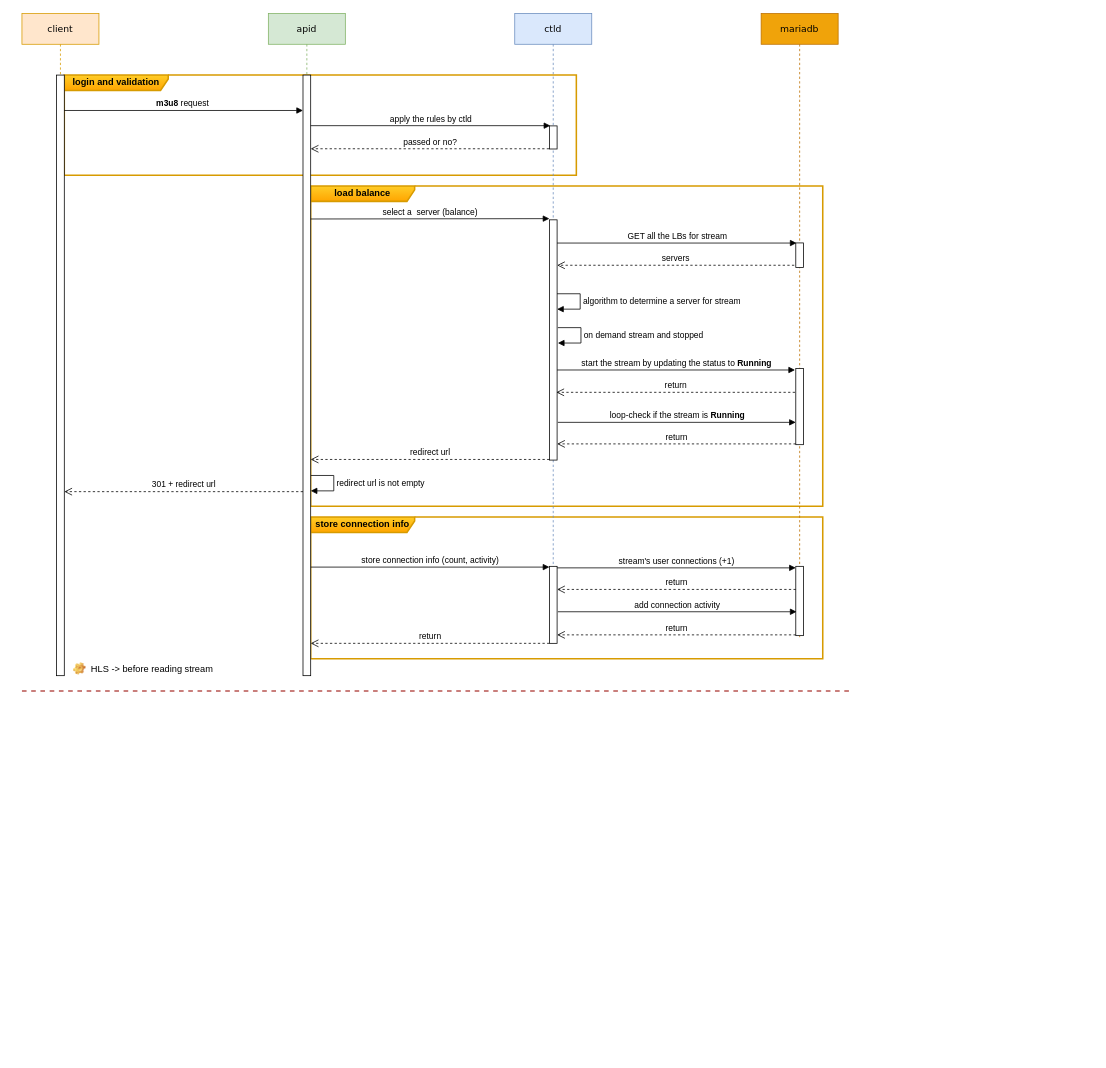
Earlier version of the draw.io diagram media-core/apid.drawio (explorer2036/charts). Source tidied: cells renumbered, new cells numbered last; positions are measured from the earlier drawing's top-left corner, leaving out a move shared by most shapes. Both pictures are drawn from the tidied source at 77%, with x=0, y=0 at pixel (22, 13).
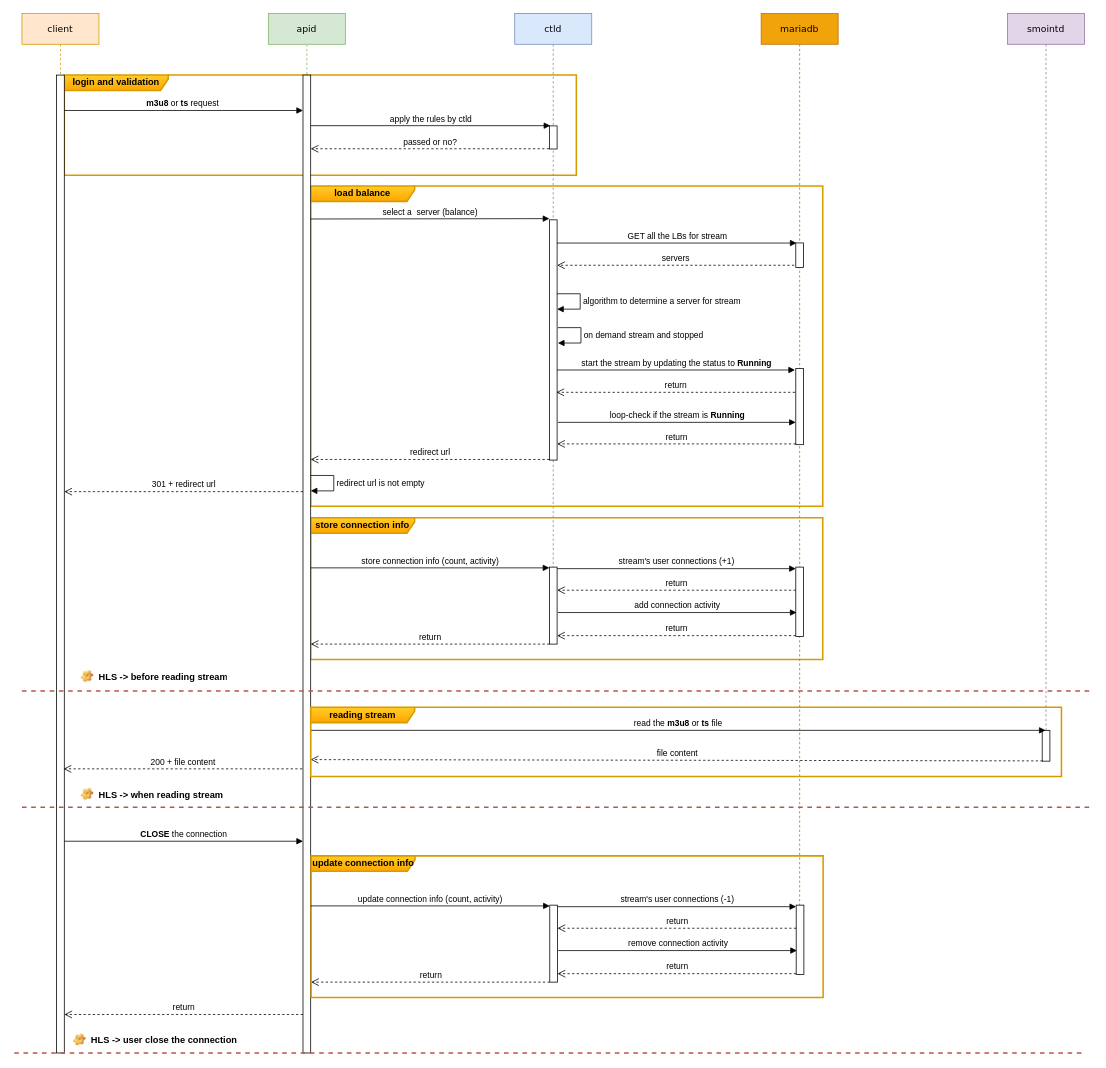
The same page after the edit.

The change refers to these unchanged cells:
```xml
<mxCell id="10" value="ctld" style="shape=umlLifeline;perimeter=lifelinePerimeter;whiteSpace=wrap;html=1;rounded=0;shadow=0;comic=0;labelBackgroundColor=none;strokeWidth=1;fontFamily=Verdana;fontSize=12;align=center;fillColor=#dae8fc;strokeColor=#6c8ebf;" parent="1" vertex="1">
  <mxGeometry x="640" width="100" height="820" as="geometry" />
</mxCell>
```

Change to the diagram source:
```diff
@@
     <mxCell id="3" value="store connection info" style="shape=umlFrame;whiteSpace=wrap;html=1;width=135;height=20;strokeWidth=2;fillColor=#ffcd28;strokeColor=#d79b00;perimeterSpacing=1;gradientColor=#ffa500;fontStyle=1;" parent="1" vertex="1">
-      <mxGeometry x="375" y="654" width="665" height="184" as="geometry" />
+      <mxGeometry x="375" y="655" width="665" height="184" as="geometry" />
     </mxCell>
     <mxCell id="4" value="store connection info (count, activity)" style="html=1;verticalAlign=bottom;endArrow=block;rounded=0;strokeWidth=1;" parent="1" edge="1">
       <mxGeometry relative="1" as="geometry">
-        <mxPoint x="374.5" y="719" as="sourcePoint" />
-        <mxPoint x="685" y="719" as="targetPoint" />
+        <mxPoint x="374.5" y="720" as="sourcePoint" />
+        <mxPoint x="685" y="720" as="targetPoint" />
       </mxGeometry>
     </mxCell>
@@
     <mxCell id="6" value="apid" style="shape=umlLifeline;perimeter=lifelinePerimeter;whiteSpace=wrap;html=1;rounded=0;shadow=0;comic=0;labelBackgroundColor=none;strokeWidth=1;fontFamily=Verdana;fontSize=12;align=center;fillColor=#d5e8d4;strokeColor=#82b366;" parent="1" vertex="1">
-      <mxGeometry x="320" width="100" height="860" as="geometry" />
+      <mxGeometry x="320" width="100" height="1350" as="geometry" />
     </mxCell>
@@
     <mxCell id="8" style="html=1;perimeter=orthogonalPerimeter;rounded=0;shadow=0;glass=0;sketch=0;" parent="6" vertex="1">
-      <mxGeometry x="45" y="80" width="10" height="780" as="geometry" />
+      <mxGeometry x="45" y="80" width="10" height="1270" as="geometry" />
     </mxCell>
     <mxCell id="9" value="return" style="html=1;verticalAlign=bottom;endArrow=open;dashed=1;endSize=8;rounded=0;" parent="6" edge="1">
       <mxGeometry relative="1" as="geometry">
-        <mxPoint x="365" y="818" as="sourcePoint" />
-        <mxPoint x="55" y="818" as="targetPoint" />
+        <mxPoint x="365" y="819" as="sourcePoint" />
+        <mxPoint x="55" y="819" as="targetPoint" />
       </mxGeometry>
     </mxCell>
@@
     <mxCell id="13" style="html=1;perimeter=orthogonalPerimeter;rounded=0;shadow=0;glass=0;sketch=0;strokeColor=default;" parent="10" vertex="1">
-      <mxGeometry x="45" y="718" width="10" height="100" as="geometry" />
+      <mxGeometry x="45" y="719" width="10" height="100" as="geometry" />
     </mxCell>
@@
     <mxCell id="15" value="client" style="shape=umlLifeline;perimeter=lifelinePerimeter;whiteSpace=wrap;html=1;rounded=0;shadow=0;comic=0;labelBackgroundColor=none;strokeWidth=1;fontFamily=Verdana;fontSize=12;align=center;fillColor=#ffe6cc;strokeColor=#d79b00;" parent="1" vertex="1">
-      <mxGeometry width="100" height="860" as="geometry" />
+      <mxGeometry width="100" height="1350" as="geometry" />
     </mxCell>
     <mxCell id="16" style="html=1;points=[];perimeter=orthogonalPerimeter;rounded=0;shadow=0;glass=0;sketch=0;strokeColor=default;" parent="15" vertex="1">
-      <mxGeometry x="45" y="80" width="10" height="780" as="geometry" />
+      <mxGeometry x="45" y="80" width="10" height="1270" as="geometry" />
     </mxCell>
     <mxCell id="17" value="mariadb" style="shape=umlLifeline;perimeter=lifelinePerimeter;whiteSpace=wrap;html=1;rounded=0;shadow=0;comic=0;labelBackgroundColor=none;strokeWidth=1;fontFamily=Verdana;fontSize=12;align=center;fillColor=#f0a30a;strokeColor=#BD7000;glass=0;fontColor=#000000;" parent="1" vertex="1">
-      <mxGeometry x="960" width="100" height="810" as="geometry" />
+      <mxGeometry x="960" width="100" height="1250" as="geometry" />
     </mxCell>
@@
     <mxCell id="19" style="html=1;perimeter=orthogonalPerimeter;rounded=0;shadow=0;glass=0;sketch=0;strokeColor=default;" parent="17" vertex="1">
-      <mxGeometry x="45" y="718" width="10" height="90" as="geometry" />
+      <mxGeometry x="45" y="719" width="10" height="90" as="geometry" />
     </mxCell>
@@
-    <mxCell id="21" value="&lt;b&gt;m3u8 &lt;/b&gt;request&amp;nbsp;" style="html=1;verticalAlign=bottom;endArrow=block;entryX=0;entryY=0;rounded=0;" parent="1" edge="1" source="16">
+    <mxCell id="21" value="&lt;b&gt;m3u8 &lt;/b&gt;or&lt;b&gt; ts&amp;nbsp;&lt;/b&gt;request&amp;nbsp;" style="html=1;verticalAlign=bottom;endArrow=block;entryX=0;entryY=0;rounded=0;" parent="1" edge="1" source="16">
       <mxGeometry relative="1" as="geometry">
         <mxPoint x="365" y="126" as="targetPoint" />
       </mxGeometry>
     </mxCell>
@@
-    <mxCell id="27" value="HLS -&gt; before reading stream" style="label;fontStyle=0;strokeColor=none;fillColor=none;align=left;verticalAlign=top;overflow=hidden;spacingLeft=28;spacingRight=4;imageWidth=16;imageHeight=16;image=img/clipart/Gear_128x128.png;rounded=0;shadow=0;glass=0;sketch=0;strokeWidth=3;" parent="1" vertex="1">
-      <mxGeometry x="60" y="838" width="200" height="26" as="geometry" />
+    <mxCell id="27" value="HLS -&gt; when reading stream" style="label;fontStyle=1;strokeColor=none;fillColor=none;align=left;verticalAlign=top;overflow=hidden;spacingLeft=28;spacingRight=4;imageWidth=16;imageHeight=16;image=img/clipart/Gear_128x128.png;rounded=0;shadow=0;glass=0;sketch=0;strokeWidth=3;" parent="1" vertex="1">
+      <mxGeometry x="70" y="1001" width="200" height="26" as="geometry" />
     </mxCell>
@@
     <mxCell id="30" value="stream's user connections (+1)" style="html=1;verticalAlign=bottom;endArrow=block;rounded=0;strokeWidth=1;" parent="1" edge="1">
       <mxGeometry relative="1" as="geometry">
-        <mxPoint x="695" y="720" as="sourcePoint" />
-        <mxPoint x="1005" y="720" as="targetPoint" />
+        <mxPoint x="695" y="721" as="sourcePoint" />
+        <mxPoint x="1005" y="721" as="targetPoint" />
       </mxGeometry>
     </mxCell>
     <mxCell id="31" value="add connection activity" style="html=1;verticalAlign=bottom;endArrow=block;rounded=0;strokeWidth=1;" parent="1" edge="1">
       <mxGeometry relative="1" as="geometry">
-        <mxPoint x="696" y="777" as="sourcePoint" />
-        <mxPoint x="1006" y="777" as="targetPoint" />
+        <mxPoint x="696" y="778" as="sourcePoint" />
+        <mxPoint x="1006" y="778" as="targetPoint" />
       </mxGeometry>
     </mxCell>
     <mxCell id="32" value="return" style="html=1;verticalAlign=bottom;endArrow=open;dashed=1;endSize=8;rounded=0;" parent="1" edge="1">
       <mxGeometry relative="1" as="geometry">
-        <mxPoint x="1005" y="748" as="sourcePoint" />
-        <mxPoint x="695" y="748" as="targetPoint" />
+        <mxPoint x="1005" y="749" as="sourcePoint" />
+        <mxPoint x="695" y="749" as="targetPoint" />
       </mxGeometry>
     </mxCell>
     <mxCell id="33" value="return" style="html=1;verticalAlign=bottom;endArrow=open;dashed=1;endSize=8;rounded=0;" parent="1" edge="1">
       <mxGeometry relative="1" as="geometry">
-        <mxPoint x="1005" y="807" as="sourcePoint" />
-        <mxPoint x="695" y="807" as="targetPoint" />
+        <mxPoint x="1005" y="808" as="sourcePoint" />
+        <mxPoint x="695" y="808" as="targetPoint" />
       </mxGeometry>
     </mxCell>
@@
     <mxCell id="39" style="endArrow=none;dashed=1;html=1;rounded=0;strokeWidth=2;fillColor=#f8cecc;gradientColor=#ea6b66;strokeColor=#b85450;" parent="1" edge="1">
       <mxGeometry relative="1" as="geometry">
         <mxPoint y="880" as="sourcePoint" />
-        <mxPoint x="1080" y="880" as="targetPoint" />
+        <mxPoint x="1390" y="880" as="targetPoint" />
       </mxGeometry>
     </mxCell>
+    <mxCell id="40" value="smointd" style="shape=umlLifeline;perimeter=lifelinePerimeter;whiteSpace=wrap;html=1;rounded=0;shadow=0;comic=0;labelBackgroundColor=none;strokeWidth=1;fontFamily=Verdana;fontSize=12;align=center;fillColor=#e1d5e7;strokeColor=#9673a6;glass=0;" parent="1" vertex="1">
+      <mxGeometry x="1280" width="100" height="970" as="geometry" />
+    </mxCell>
+    <mxCell id="41" style="html=1;points=[];perimeter=orthogonalPerimeter;rounded=0;shadow=0;glass=0;sketch=0;strokeColor=default;" parent="40" vertex="1">
+      <mxGeometry x="45" y="931" width="10" height="40" as="geometry" />
+    </mxCell>
+    <mxCell id="42" value="read the &lt;b&gt;m3u8&lt;/b&gt; or &lt;b&gt;ts&lt;/b&gt; file" style="html=1;verticalAlign=bottom;endArrow=block;rounded=0;strokeWidth=1;" parent="1" edge="1">
+      <mxGeometry relative="1" as="geometry">
+        <mxPoint x="375" y="931" as="sourcePoint" />
+        <mxPoint x="1329.5" y="931" as="targetPoint" />
+      </mxGeometry>
+    </mxCell>
+    <mxCell id="43" value="file content" style="html=1;verticalAlign=bottom;endArrow=open;dashed=1;endSize=8;rounded=0;exitX=0.063;exitY=0.992;exitDx=0;exitDy=0;exitPerimeter=0;" parent="1" edge="1" source="41">
+      <mxGeometry relative="1" as="geometry">
+        <mxPoint x="375" y="969" as="targetPoint" />
+      </mxGeometry>
+    </mxCell>
+    <mxCell id="44" value="200 + file content" style="html=1;verticalAlign=bottom;endArrow=open;dashed=1;endSize=8;rounded=0;" parent="1" edge="1">
+      <mxGeometry relative="1" as="geometry">
+        <mxPoint x="364" y="981" as="sourcePoint" />
+        <mxPoint x="54" y="981" as="targetPoint" />
+      </mxGeometry>
+    </mxCell>
+    <mxCell id="45" style="endArrow=none;dashed=1;html=1;rounded=0;strokeWidth=2;fillColor=#f8cecc;gradientColor=#ea6b66;strokeColor=#b85450;" parent="1" edge="1">
+      <mxGeometry relative="1" as="geometry">
+        <mxPoint y="1031" as="sourcePoint" />
+        <mxPoint x="1390" y="1031" as="targetPoint" />
+      </mxGeometry>
+    </mxCell>
+    <mxCell id="46" value="HLS -&gt; before reading stream" style="label;fontStyle=1;strokeColor=none;fillColor=none;align=left;verticalAlign=top;overflow=hidden;spacingLeft=28;spacingRight=4;imageWidth=16;imageHeight=16;image=img/clipart/Gear_128x128.png;rounded=0;shadow=0;glass=0;sketch=0;strokeWidth=3;" parent="1" vertex="1">
+      <mxGeometry x="70" y="848" width="200" height="26" as="geometry" />
+    </mxCell>
+    <mxCell id="47" value="reading stream" style="shape=umlFrame;whiteSpace=wrap;html=1;width=135;height=20;strokeWidth=2;fillColor=#ffcd28;strokeColor=#d79b00;perimeterSpacing=1;gradientColor=#ffa500;fontStyle=1;" parent="1" vertex="1">
+      <mxGeometry x="375" y="901" width="975" height="90" as="geometry" />
+    </mxCell>
+    <mxCell id="48" value="update connection info" style="shape=umlFrame;whiteSpace=wrap;html=1;width=135;height=20;strokeWidth=2;fillColor=#ffcd28;strokeColor=#d79b00;perimeterSpacing=1;gradientColor=#ffa500;fontStyle=1;" parent="1" vertex="1">
+      <mxGeometry x="375.5" y="1094" width="665" height="184" as="geometry" />
+    </mxCell>
+    <mxCell id="49" value="update connection info (count, activity)" style="html=1;verticalAlign=bottom;endArrow=block;rounded=0;strokeWidth=1;" parent="1" edge="1">
+      <mxGeometry relative="1" as="geometry">
+        <mxPoint x="375" y="1159" as="sourcePoint" />
+        <mxPoint x="685.5" y="1159" as="targetPoint" />
+      </mxGeometry>
+    </mxCell>
+    <mxCell id="50" value="return" style="html=1;verticalAlign=bottom;endArrow=open;dashed=1;endSize=8;rounded=0;" parent="1" edge="1">
+      <mxGeometry relative="1" as="geometry">
+        <mxPoint x="685.5" y="1258" as="sourcePoint" />
+        <mxPoint x="375.5" y="1258" as="targetPoint" />
+      </mxGeometry>
+    </mxCell>
+    <mxCell id="51" style="html=1;perimeter=orthogonalPerimeter;rounded=0;shadow=0;glass=0;sketch=0;strokeColor=default;" parent="1" vertex="1">
+      <mxGeometry x="685.5" y="1158" width="10" height="100" as="geometry" />
+    </mxCell>
+    <mxCell id="52" style="html=1;perimeter=orthogonalPerimeter;rounded=0;shadow=0;glass=0;sketch=0;strokeColor=default;" parent="1" vertex="1">
+      <mxGeometry x="1005.5" y="1158" width="10" height="90" as="geometry" />
+    </mxCell>
+    <mxCell id="53" value="stream's user connections (-1)" style="html=1;verticalAlign=bottom;endArrow=block;rounded=0;strokeWidth=1;" parent="1" edge="1">
+      <mxGeometry relative="1" as="geometry">
+        <mxPoint x="695.5" y="1160" as="sourcePoint" />
+        <mxPoint x="1005.5" y="1160" as="targetPoint" />
+      </mxGeometry>
+    </mxCell>
+    <mxCell id="54" value="remove connection activity" style="html=1;verticalAlign=bottom;endArrow=block;rounded=0;strokeWidth=1;" parent="1" edge="1">
+      <mxGeometry relative="1" as="geometry">
+        <mxPoint x="696.5" y="1217" as="sourcePoint" />
+        <mxPoint x="1006.5" y="1217" as="targetPoint" />
+      </mxGeometry>
+    </mxCell>
+    <mxCell id="55" value="return" style="html=1;verticalAlign=bottom;endArrow=open;dashed=1;endSize=8;rounded=0;" parent="1" edge="1">
+      <mxGeometry relative="1" as="geometry">
+        <mxPoint x="1005.5" y="1188" as="sourcePoint" />
+        <mxPoint x="695.5" y="1188" as="targetPoint" />
+      </mxGeometry>
+    </mxCell>
+    <mxCell id="56" value="return" style="html=1;verticalAlign=bottom;endArrow=open;dashed=1;endSize=8;rounded=0;" parent="1" edge="1">
+      <mxGeometry relative="1" as="geometry">
+        <mxPoint x="1005.5" y="1247" as="sourcePoint" />
+        <mxPoint x="695.5" y="1247" as="targetPoint" />
+      </mxGeometry>
+    </mxCell>
+    <mxCell id="57" value="&lt;b&gt;CLOSE&lt;/b&gt; the connection" style="html=1;verticalAlign=bottom;endArrow=block;entryX=0;entryY=0;rounded=0;" parent="1" edge="1">
+      <mxGeometry relative="1" as="geometry">
+        <mxPoint x="55" y="1075" as="sourcePoint" />
+        <mxPoint x="365" y="1075" as="targetPoint" />
+      </mxGeometry>
+    </mxCell>
+    <mxCell id="58" value="return" style="html=1;verticalAlign=bottom;endArrow=open;dashed=1;endSize=8;rounded=0;" parent="1" edge="1">
+      <mxGeometry relative="1" as="geometry">
+        <mxPoint x="365" y="1300" as="sourcePoint" />
+        <mxPoint x="55" y="1300" as="targetPoint" />
+      </mxGeometry>
+    </mxCell>
+    <mxCell id="59" value="HLS -&gt; user close the connection" style="label;fontStyle=1;strokeColor=none;fillColor=none;align=left;verticalAlign=top;overflow=hidden;spacingLeft=28;spacingRight=4;imageWidth=16;imageHeight=16;image=img/clipart/Gear_128x128.png;rounded=0;shadow=0;glass=0;sketch=0;strokeWidth=3;" parent="1" vertex="1">
+      <mxGeometry x="60" y="1320" width="230" height="26" as="geometry" />
+    </mxCell>
+    <mxCell id="60" style="endArrow=none;dashed=1;html=1;rounded=0;strokeWidth=2;fillColor=#f8cecc;gradientColor=#ea6b66;strokeColor=#b85450;" parent="1" edge="1">
+      <mxGeometry relative="1" as="geometry">
+        <mxPoint x="-10" y="1350" as="sourcePoint" />
+        <mxPoint x="1380" y="1350" as="targetPoint" />
+      </mxGeometry>
+    </mxCell>
```
